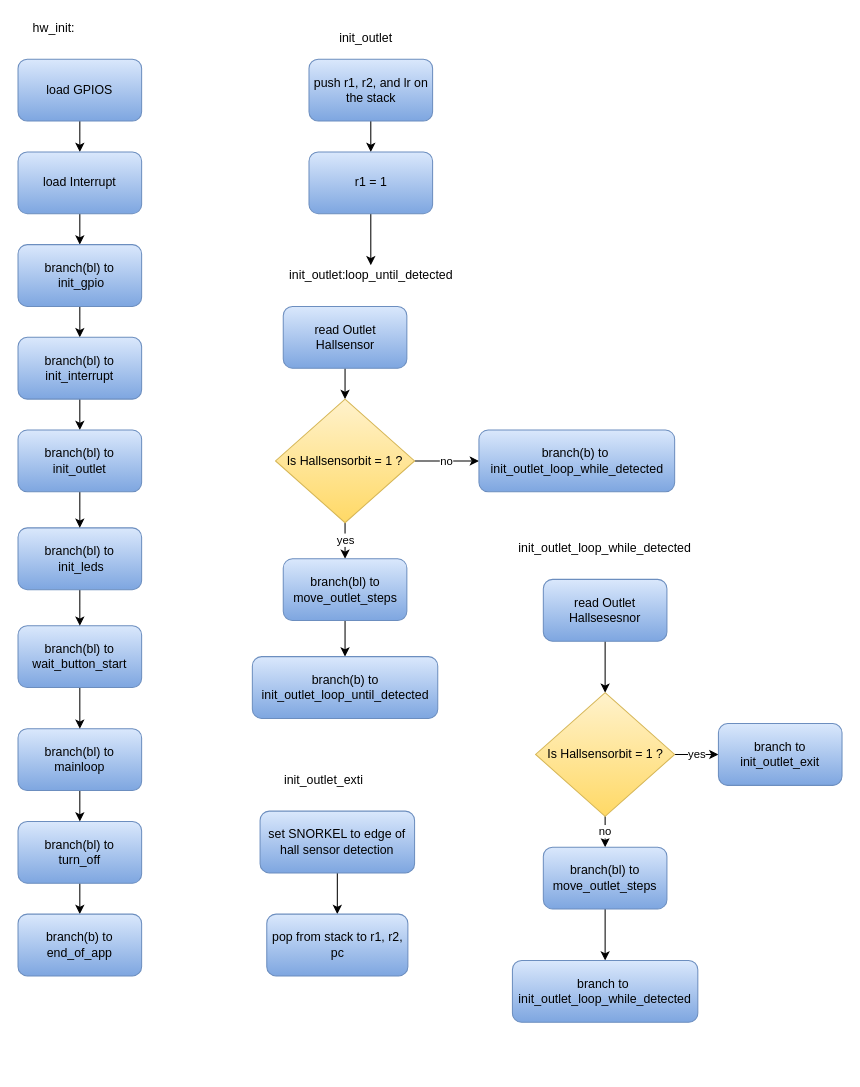
DerToaster98/SysProgTIT18 keeps this draw.io diagram as Programmablauf_init.drawio. Above is the earlier version. Source tidied: cells renumbered, new cells numbered last; positions are measured from the earlier drawing's top-left corner, leaving out a move shared by most shapes. Both pictures are drawn from the tidied source at 103%, with x=0, y=0 at pixel (18, 18).
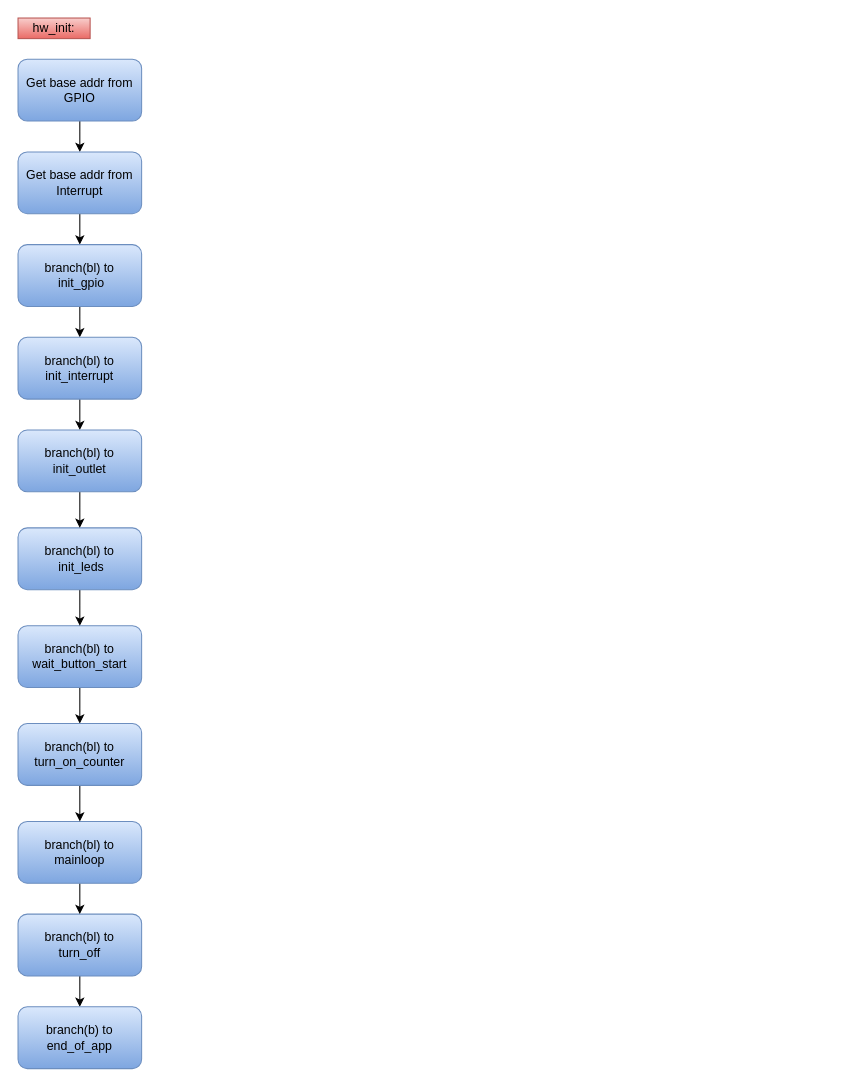
The same page after the edit.

Commit message:
init_outlet diagramm

The change refers to these unchanged cells:
```xml
<mxCell id="14" value="branch(bl) to&lt;br&gt;wait_button_start" style="rounded=1;whiteSpace=wrap;html=1;gradientColor=#7ea6e0;fillColor=#dae8fc;strokeColor=#6c8ebf;" parent="1" vertex="1">
  <mxGeometry y="590" width="120" height="60" as="geometry" />
</mxCell>
```

What changed in the source:
```diff
@@
-    <mxCell id="2" value="hw_init:" style="text;html=1;strokeColor=none;fillColor=none;align=center;verticalAlign=middle;whiteSpace=wrap;rounded=0;" parent="1" vertex="1">
+    <mxCell id="2" value="hw_init:" style="text;html=1;strokeColor=#b85450;fillColor=#f8cecc;align=center;verticalAlign=middle;whiteSpace=wrap;rounded=0;gradientColor=#ea6b66;" parent="1" vertex="1">
       <mxGeometry width="70" height="20" as="geometry" />
     </mxCell>
@@
-    <mxCell id="4" value="load GPIOS" style="rounded=1;whiteSpace=wrap;html=1;gradientColor=#7ea6e0;fillColor=#dae8fc;strokeColor=#6c8ebf;" parent="1" vertex="1">
+    <mxCell id="4" value="Get base addr from GPIO" style="rounded=1;whiteSpace=wrap;html=1;gradientColor=#7ea6e0;fillColor=#dae8fc;strokeColor=#6c8ebf;" parent="1" vertex="1">
       <mxGeometry y="40" width="120" height="60" as="geometry" />
     </mxCell>
@@
-    <mxCell id="6" value="load Interrupt" style="rounded=1;whiteSpace=wrap;html=1;gradientColor=#7ea6e0;fillColor=#dae8fc;strokeColor=#6c8ebf;" parent="1" vertex="1">
+    <mxCell id="6" value="Get base addr from Interrupt" style="rounded=1;whiteSpace=wrap;html=1;gradientColor=#7ea6e0;fillColor=#dae8fc;strokeColor=#6c8ebf;" parent="1" vertex="1">
       <mxGeometry y="130" width="120" height="60" as="geometry" />
     </mxCell>
@@
     <mxCell id="10" value="branch(bl) to&lt;br&gt;turn_off" style="rounded=1;whiteSpace=wrap;html=1;gradientColor=#7ea6e0;fillColor=#dae8fc;strokeColor=#6c8ebf;" parent="1" vertex="1">
-      <mxGeometry y="780" width="120" height="60" as="geometry" />
+      <mxGeometry y="870" width="120" height="60" as="geometry" />
     </mxCell>
@@
     <mxCell id="12" value="branch(bl) to&lt;br&gt;mainloop" style="rounded=1;whiteSpace=wrap;html=1;gradientColor=#7ea6e0;fillColor=#dae8fc;strokeColor=#6c8ebf;" parent="1" vertex="1">
-      <mxGeometry y="690" width="120" height="60" as="geometry" />
+      <mxGeometry y="780" width="120" height="60" as="geometry" />
     </mxCell>
-    <mxCell id="13" style="edgeStyle=orthogonalEdgeStyle;rounded=0;jettySize=auto;html=1;" parent="1" edge="1" source="14" target="12">
-      <mxGeometry relative="1" as="geometry" />
-    </mxCell>
+    <mxCell id="51" style="edgeStyle=orthogonalEdgeStyle;rounded=0;jettySize=auto;html=1;" parent="1" edge="1" source="14" target="53">
+      <mxGeometry relative="1" as="geometry" />
+    </mxCell>
@@
     <mxCell id="21" value="branch(b) to end_of_app" style="rounded=1;whiteSpace=wrap;html=1;gradientColor=#7ea6e0;fillColor=#dae8fc;strokeColor=#6c8ebf;" parent="1" vertex="1">
-      <mxGeometry y="870" width="120" height="60" as="geometry" />
+      <mxGeometry y="960" width="120" height="60" as="geometry" />
     </mxCell>
-    <mxCell id="22" value="init_outlet" style="text;html=1;strokeColor=none;fillColor=none;align=center;verticalAlign=middle;whiteSpace=wrap;rounded=0;" parent="1" vertex="1">
-      <mxGeometry x="302.5" y="10" width="70" height="20" as="geometry" />
-    </mxCell>
-    <mxCell id="23" style="edgeStyle=orthogonalEdgeStyle;rounded=0;jettySize=auto;html=1;strokeColor=#000000;" parent="1" edge="1" source="24" target="26">
-      <mxGeometry relative="1" as="geometry" />
-    </mxCell>
-    <mxCell id="24" value="push r1, r2, and lr on the stack" style="rounded=1;whiteSpace=wrap;html=1;gradientColor=#7ea6e0;fillColor=#dae8fc;strokeColor=#6c8ebf;" parent="1" vertex="1">
-      <mxGeometry x="282.5" y="40" width="120" height="60" as="geometry" />
-    </mxCell>
-    <mxCell id="25" style="edgeStyle=orthogonalEdgeStyle;rounded=0;jettySize=auto;html=1;entryX=0.5;entryY=0;entryDx=0;entryDy=0;strokeColor=#000000;" parent="1" edge="1" source="26" target="27">
-      <mxGeometry relative="1" as="geometry" />
-    </mxCell>
-    <mxCell id="26" value="r1 = 1" style="rounded=1;whiteSpace=wrap;html=1;gradientColor=#7ea6e0;fillColor=#dae8fc;strokeColor=#6c8ebf;" parent="1" vertex="1">
-      <mxGeometry x="282.5" y="130" width="120" height="60" as="geometry" />
-    </mxCell>
-    <mxCell id="27" value="init_outlet:loop_until_detected" style="text;html=1;strokeColor=none;fillColor=none;align=center;verticalAlign=middle;whiteSpace=wrap;rounded=0;" parent="1" vertex="1">
-      <mxGeometry x="257.5" y="240" width="170" height="20" as="geometry" />
-    </mxCell>
-    <mxCell id="28" style="edgeStyle=orthogonalEdgeStyle;rounded=0;jettySize=auto;html=1;" parent="1" edge="1" source="29" target="32">
-      <mxGeometry relative="1" as="geometry" />
-    </mxCell>
-    <mxCell id="29" value="read Outlet Hallsensor" style="rounded=1;whiteSpace=wrap;html=1;gradientColor=#7ea6e0;fillColor=#dae8fc;strokeColor=#6c8ebf;" parent="1" vertex="1">
-      <mxGeometry x="257.5" y="280" width="120" height="60" as="geometry" />
-    </mxCell>
-    <mxCell id="30" value="no" style="edgeStyle=orthogonalEdgeStyle;rounded=0;jettySize=auto;html=1;" parent="1" edge="1" source="32" target="33">
-      <mxGeometry relative="1" as="geometry" />
-    </mxCell>
-    <mxCell id="31" value="yes" style="edgeStyle=orthogonalEdgeStyle;rounded=0;jettySize=auto;html=1;" parent="1" edge="1" source="32" target="35">
-      <mxGeometry relative="1" as="geometry" />
-    </mxCell>
-    <mxCell id="32" value="Is Hallsensorbit = 1 ?" style="rhombus;whiteSpace=wrap;html=1;gradientColor=#ffd966;fillColor=#fff2cc;strokeColor=#d6b656;" parent="1" vertex="1">
-      <mxGeometry x="250" y="370" width="135" height="120" as="geometry" />
-    </mxCell>
-    <mxCell id="33" value="branch(b) to&amp;nbsp; init_outlet_loop_while_detected" style="rounded=1;whiteSpace=wrap;html=1;gradientColor=#7ea6e0;fillColor=#dae8fc;strokeColor=#6c8ebf;" parent="1" vertex="1">
-      <mxGeometry x="447.5" y="400" width="190" height="60" as="geometry" />
-    </mxCell>
-    <mxCell id="34" style="edgeStyle=orthogonalEdgeStyle;rounded=0;jettySize=auto;html=1;" parent="1" edge="1" source="35" target="36">
-      <mxGeometry relative="1" as="geometry" />
-    </mxCell>
-    <mxCell id="35" value="branch(bl) to move_outlet_steps" style="rounded=1;whiteSpace=wrap;html=1;gradientColor=#7ea6e0;fillColor=#dae8fc;strokeColor=#6c8ebf;" parent="1" vertex="1">
-      <mxGeometry x="257.5" y="525" width="120" height="60" as="geometry" />
-    </mxCell>
-    <mxCell id="36" value="branch(b) to init_outlet_loop_until_detected" style="rounded=1;whiteSpace=wrap;html=1;gradientColor=#7ea6e0;fillColor=#dae8fc;strokeColor=#6c8ebf;" parent="1" vertex="1">
-      <mxGeometry x="227.5" y="620" width="180" height="60" as="geometry" />
-    </mxCell>
-    <mxCell id="37" value="init_outlet_loop_while_detected" style="text;html=1;strokeColor=none;fillColor=none;align=center;verticalAlign=middle;whiteSpace=wrap;rounded=0;" parent="1" vertex="1">
-      <mxGeometry x="480" y="505" width="180" height="20" as="geometry" />
-    </mxCell>
-    <mxCell id="38" style="edgeStyle=orthogonalEdgeStyle;rounded=0;jettySize=auto;html=1;gradientColor=#7ea6e0;fillColor=#dae8fc;strokeColor=#000000;" parent="1" edge="1" source="39" target="42">
-      <mxGeometry relative="1" as="geometry" />
-    </mxCell>
-    <mxCell id="39" value="read Outlet Hallsesesnor" style="rounded=1;whiteSpace=wrap;html=1;gradientColor=#7ea6e0;fillColor=#dae8fc;strokeColor=#6c8ebf;" parent="1" vertex="1">
-      <mxGeometry x="510" y="545" width="120" height="60" as="geometry" />
-    </mxCell>
-    <mxCell id="40" value="yes" style="edgeStyle=orthogonalEdgeStyle;rounded=0;jettySize=auto;html=1;" parent="1" edge="1" source="42" target="43">
-      <mxGeometry relative="1" as="geometry" />
-    </mxCell>
-    <mxCell id="41" value="no" style="edgeStyle=orthogonalEdgeStyle;rounded=0;jettySize=auto;html=1;strokeColor=#000000;" parent="1" edge="1" source="42" target="45">
-      <mxGeometry relative="1" as="geometry" />
-    </mxCell>
-    <mxCell id="42" value="Is Hallsensorbit = 1 ?" style="rhombus;whiteSpace=wrap;html=1;gradientColor=#ffd966;fillColor=#fff2cc;strokeColor=#d6b656;" parent="1" vertex="1">
-      <mxGeometry x="502.5" y="655" width="135" height="120" as="geometry" />
-    </mxCell>
-    <mxCell id="43" value="branch to init_outlet_exit" style="rounded=1;whiteSpace=wrap;html=1;gradientColor=#7ea6e0;fillColor=#dae8fc;strokeColor=#6c8ebf;" parent="1" vertex="1">
-      <mxGeometry x="680" y="685" width="120" height="60" as="geometry" />
-    </mxCell>
-    <mxCell id="44" style="edgeStyle=orthogonalEdgeStyle;rounded=0;jettySize=auto;html=1;" parent="1" edge="1" source="45" target="46">
-      <mxGeometry relative="1" as="geometry" />
-    </mxCell>
-    <mxCell id="45" value="branch(bl) to move_outlet_steps" style="rounded=1;whiteSpace=wrap;html=1;gradientColor=#7ea6e0;fillColor=#dae8fc;strokeColor=#6c8ebf;" parent="1" vertex="1">
-      <mxGeometry x="510" y="805" width="120" height="60" as="geometry" />
-    </mxCell>
-    <mxCell id="46" value="branch to&amp;nbsp;&lt;br&gt;init_outlet_loop_while_detected" style="rounded=1;whiteSpace=wrap;html=1;gradientColor=#7ea6e0;fillColor=#dae8fc;strokeColor=#6c8ebf;" parent="1" vertex="1">
-      <mxGeometry x="480" y="915" width="180" height="60" as="geometry" />
-    </mxCell>
-    <mxCell id="47" value="init_outlet_exti" style="text;html=1;strokeColor=none;fillColor=none;align=center;verticalAlign=middle;whiteSpace=wrap;rounded=0;" parent="1" vertex="1">
-      <mxGeometry x="242.5" y="730" width="107.5" height="20" as="geometry" />
-    </mxCell>
-    <mxCell id="48" style="edgeStyle=orthogonalEdgeStyle;rounded=0;jettySize=auto;html=1;strokeColor=#000000;" parent="1" edge="1" source="49" target="50">
-      <mxGeometry relative="1" as="geometry" />
-    </mxCell>
-    <mxCell id="49" value="set SNORKEL to&amp;nbsp;edge of hall sensor detection" style="rounded=1;whiteSpace=wrap;html=1;gradientColor=#7ea6e0;fillColor=#dae8fc;strokeColor=#6c8ebf;" parent="1" vertex="1">
-      <mxGeometry x="235" y="770" width="150" height="60" as="geometry" />
-    </mxCell>
-    <mxCell id="50" value="pop from stack to r1, r2, pc" style="rounded=1;whiteSpace=wrap;html=1;gradientColor=#7ea6e0;fillColor=#dae8fc;strokeColor=#6c8ebf;" parent="1" vertex="1">
-      <mxGeometry x="241.5" y="870" width="137" height="60" as="geometry" />
-    </mxCell>
+    <mxCell id="52" style="edgeStyle=orthogonalEdgeStyle;rounded=0;jettySize=auto;html=1;" parent="1" edge="1" source="53" target="12">
+      <mxGeometry relative="1" as="geometry" />
+    </mxCell>
+    <mxCell id="53" value="branch(bl) to&lt;br&gt;turn_on_counter" style="rounded=1;whiteSpace=wrap;html=1;gradientColor=#7ea6e0;fillColor=#dae8fc;strokeColor=#6c8ebf;" parent="1" vertex="1">
+      <mxGeometry y="685" width="120" height="60" as="geometry" />
+    </mxCell>
```
